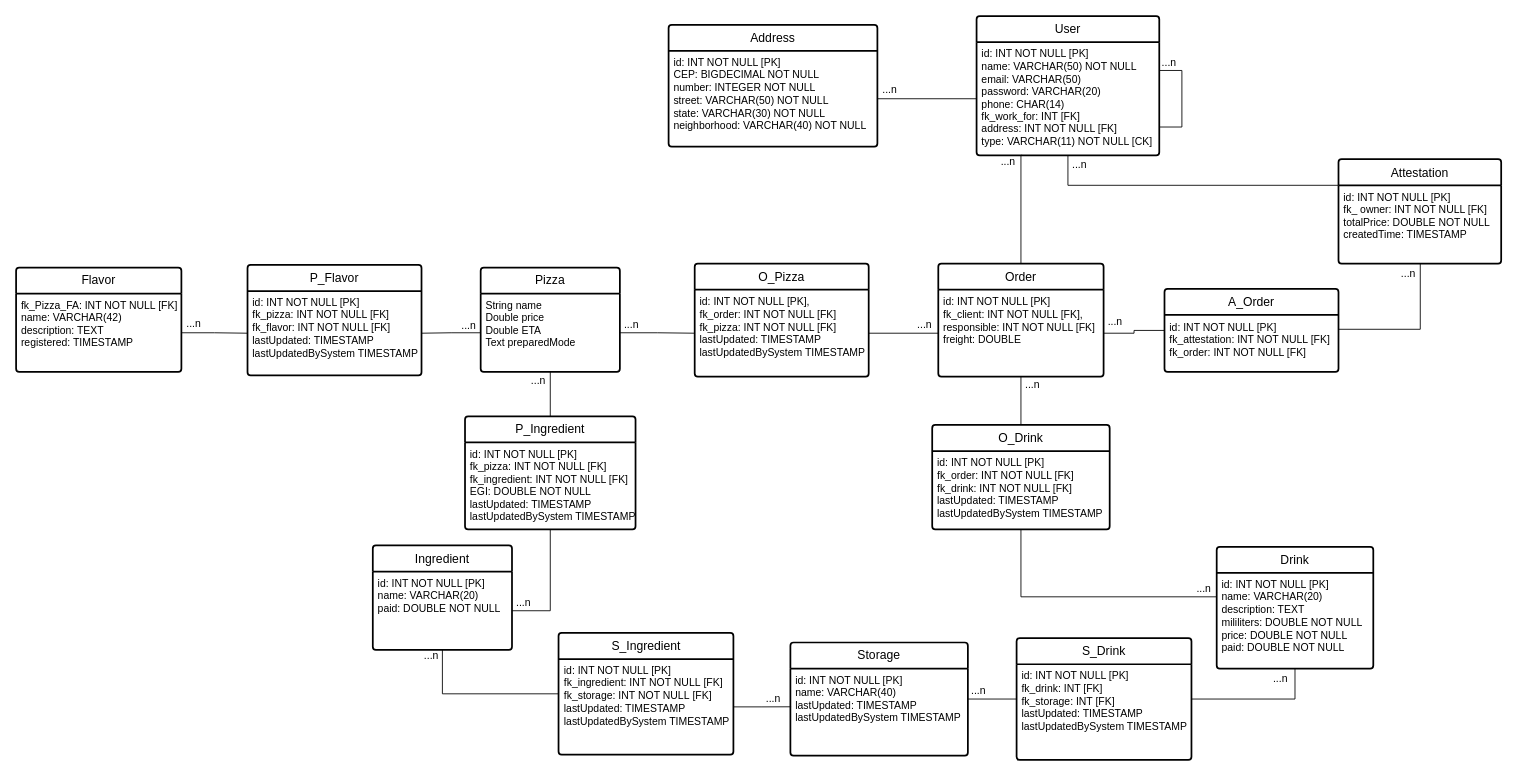
Earlier version of the draw.io diagram page "Sketch_1-DER" (2 of 2) of DER Orderize.drawio (Sant-Thiago/Estudos). Source tidied: cells renumbered, new cells numbered last; positions are measured from the earlier drawing's top-left corner, leaving out a move shared by most shapes. Both pictures are drawn from the tidied source at 87%, with x=0, y=0 at pixel (16, 16).
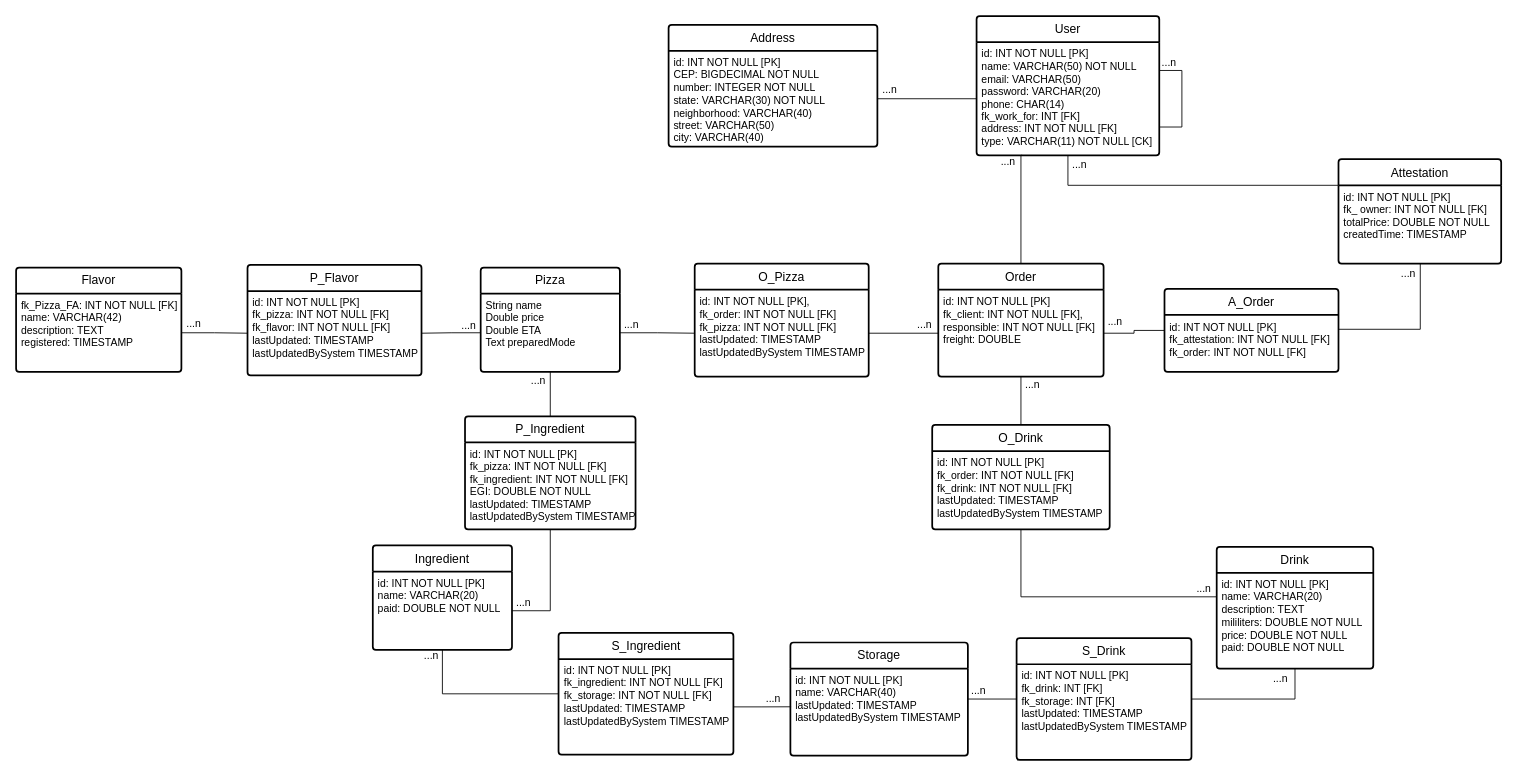
The same diagram, later.

Unchanged cells that the change refers to:
```xml
<mxCell id="15" value="Address" style="swimlane;horizontal=1;startSize=30;rounded=1;fontSize=14;fontStyle=0;strokeWidth=2;shadow=0;dashed=0;align=center;arcSize=4;whiteSpace=wrap;html=1;" parent="1" vertex="1">
  <mxGeometry x="750" y="10" width="240" height="140" as="geometry" />
</mxCell>
```

Diff of the diagram source:
```diff
@@
-    <mxCell id="16" value="&lt;div&gt;id: INT NOT NULL [PK]&lt;/div&gt;CEP: BIGDECIMAL NOT NULL&lt;div&gt;number: INTEGER NOT NULL&lt;/div&gt;&lt;div&gt;street: VARCHAR(50) NOT NULL&lt;/div&gt;&lt;div&gt;state: VARCHAR(30) NOT NULL&lt;/div&gt;&lt;div&gt;&lt;span style=&quot;background-color: initial;&quot;&gt;neighborhood:&amp;nbsp;&lt;/span&gt;VARCHAR(40) NOT NULL&amp;nbsp;&lt;/div&gt;" style="align=left;strokeColor=none;fillColor=none;spacingLeft=4;fontSize=12;verticalAlign=top;html=1;" parent="15" vertex="1">
+    <mxCell id="16" value="&lt;div&gt;id: INT NOT NULL [PK]&lt;/div&gt;CEP: BIGDECIMAL NOT NULL&lt;div&gt;number: INTEGER NOT NULL&lt;/div&gt;&lt;div&gt;state: VARCHAR(30) NOT NULL&lt;br&gt;&lt;/div&gt;&lt;div&gt;neighborhood: VARCHAR(40)&lt;/div&gt;&lt;div&gt;street: VARCHAR(50)&lt;/div&gt;&lt;div&gt;&lt;span style=&quot;background-color: initial;&quot;&gt;city:&amp;nbsp;&lt;/span&gt;VARCHAR(40)&amp;nbsp;&lt;/div&gt;" style="align=left;strokeColor=none;fillColor=none;spacingLeft=4;fontSize=12;verticalAlign=top;html=1;" parent="15" vertex="1">
       <mxGeometry y="30" width="240" height="110" as="geometry" />
     </mxCell>
```
